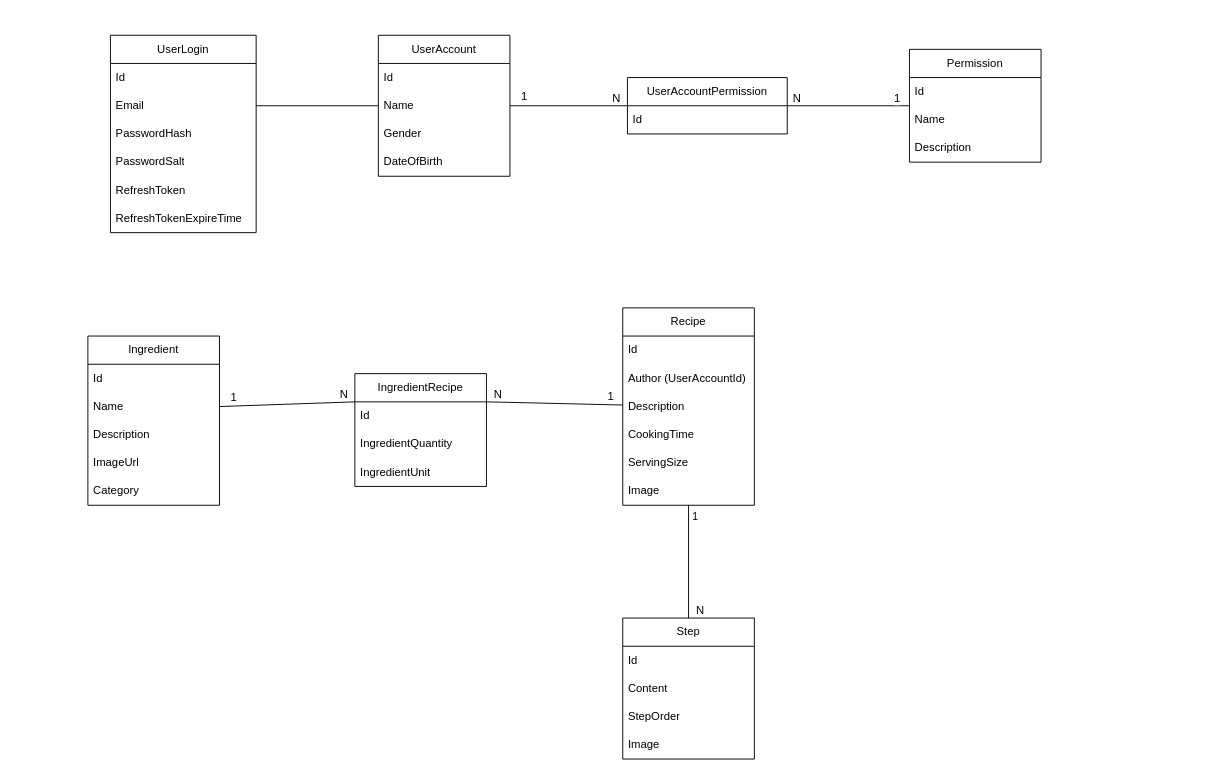
phihung17k/FridgeBE keeps this draw.io diagram as diagram.drawio. Above is the earlier version. Source tidied: cells renumbered, new cells numbered last; positions are measured from the earlier drawing's top-left corner, leaving out a move shared by most shapes. Both pictures are drawn from the tidied source at 94%, with x=0, y=0 at pixel (87, 35).
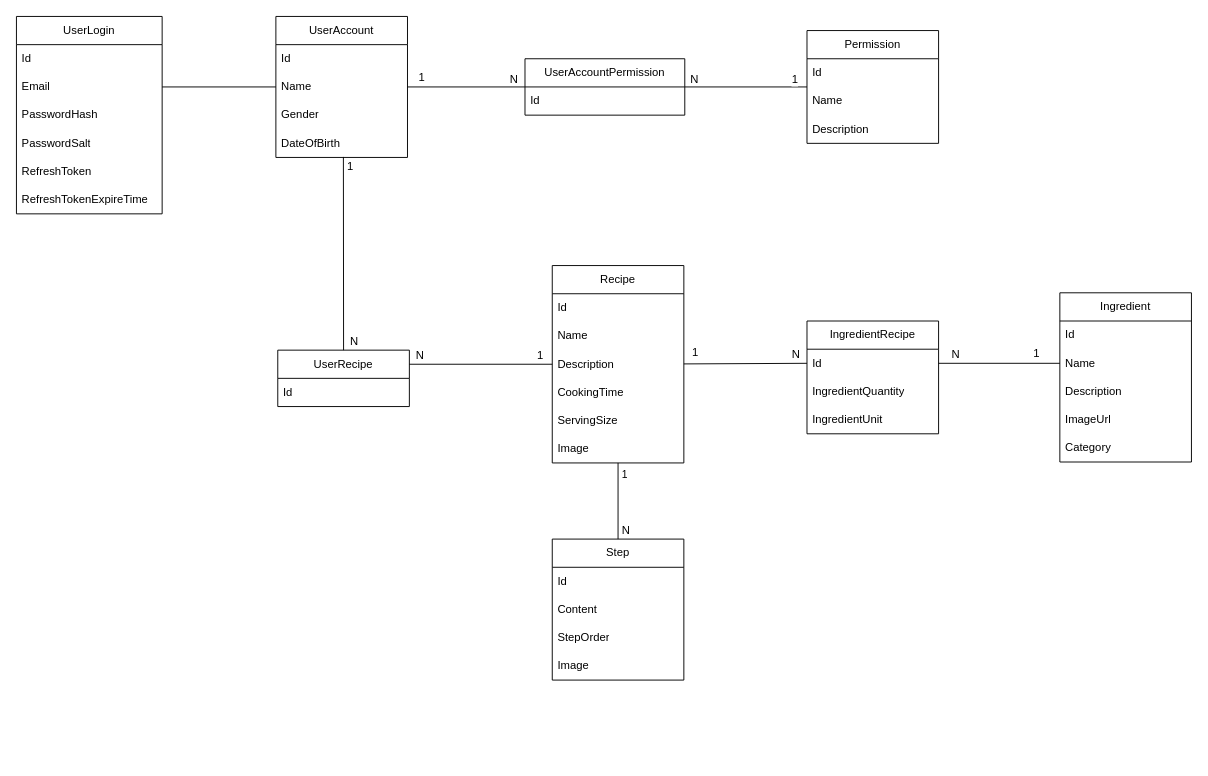
The same diagram, later.

The change refers to these unchanged cells:
```xml
<mxCell id="4" value="Name" style="text;strokeColor=none;fillColor=none;align=left;verticalAlign=middle;spacingLeft=4;spacingRight=4;overflow=hidden;points=[[0,0.5],[1,0.5]];portConstraint=eastwest;whiteSpace=wrap;html=1;" parent="2" vertex="1">
  <mxGeometry y="60" width="140" height="30" as="geometry" />
</mxCell>
<mxCell id="11" value="Description" style="text;strokeColor=none;fillColor=none;align=left;verticalAlign=middle;spacingLeft=4;spacingRight=4;overflow=hidden;points=[[0,0.5],[1,0.5]];portConstraint=eastwest;whiteSpace=wrap;html=1;" parent="8" vertex="1">
  <mxGeometry y="90" width="140" height="30" as="geometry" />
</mxCell>
<mxCell id="21" value="Id" style="text;strokeColor=none;fillColor=none;align=left;verticalAlign=middle;spacingLeft=4;spacingRight=4;overflow=hidden;points=[[0,0.5],[1,0.5]];portConstraint=eastwest;whiteSpace=wrap;html=1;" parent="20" vertex="1">
  <mxGeometry y="30" width="140" height="30" as="geometry" />
</mxCell>
<mxCell id="30" style="endArrow=none;html=1;rounded=0;entryX=0.5;entryY=0;entryDx=0;entryDy=0;" parent="1" edge="1" source="8" target="15">
  <mxGeometry relative="1" as="geometry" />
</mxCell>
<mxCell id="37" value="DateOfBirth" style="text;strokeColor=none;fillColor=none;align=left;verticalAlign=middle;spacingLeft=4;spacingRight=4;overflow=hidden;points=[[0,0.5],[1,0.5]];portConstraint=eastwest;whiteSpace=wrap;html=1;" parent="33" vertex="1">
  <mxGeometry y="120" width="140" height="30" as="geometry" />
</mxCell>
```

Change to the diagram source:
```diff
@@
     <mxCell id="2" value="Ingredient" style="swimlane;fontStyle=0;horizontal=1;startSize=30;whiteSpace=wrap;html=1;" parent="1" vertex="1">
-      <mxGeometry y="320" width="140" height="180" as="geometry" />
+      <mxGeometry x="1034" y="274" width="140" height="180" as="geometry" />
     </mxCell>
@@
     <mxCell id="8" value="Recipe" style="swimlane;fontStyle=0;horizontal=1;startSize=30;whiteSpace=wrap;html=1;" parent="1" vertex="1">
-      <mxGeometry x="569" y="290" width="140" height="210" as="geometry" />
+      <mxGeometry x="494" y="245" width="140" height="210" as="geometry" />
     </mxCell>
@@
-    <mxCell id="10" value="Author (UserAccountId&lt;span style=&quot;background-color: initial;&quot;&gt;)&lt;/span&gt;" style="text;strokeColor=none;fillColor=none;align=left;verticalAlign=middle;spacingLeft=4;spacingRight=4;overflow=hidden;whiteSpace=wrap;html=1;" parent="8" vertex="1">
-      <mxGeometry y="60" width="140" height="30" as="geometry" />
-    </mxCell>
+    <mxCell id="58" value="Name" style="text;strokeColor=none;fillColor=none;align=left;verticalAlign=middle;spacingLeft=4;spacingRight=4;overflow=hidden;whiteSpace=wrap;html=1;" parent="8" vertex="1">
+      <mxGeometry y="60" width="140" height="30" as="geometry" />
+    </mxCell>
@@
     <mxCell id="15" value="Step" style="swimlane;fontStyle=0;horizontal=1;startSize=30;whiteSpace=wrap;html=1;" parent="1" vertex="1">
-      <mxGeometry x="569" y="620" width="140" height="150" as="geometry" />
+      <mxGeometry x="494" y="536" width="140" height="150" as="geometry" />
     </mxCell>
@@
     <mxCell id="20" value="IngredientRecipe" style="swimlane;fontStyle=0;horizontal=1;startSize=30;whiteSpace=wrap;html=1;" parent="1" vertex="1">
-      <mxGeometry x="284" y="360" width="140" height="120" as="geometry" />
+      <mxGeometry x="765" y="304" width="140" height="120" as="geometry" />
     </mxCell>
@@
-    <mxCell id="24" style="endArrow=none;html=1;rounded=0;exitX=1;exitY=0.5;exitDx=0;exitDy=0;entryX=0;entryY=0.25;entryDx=0;entryDy=0;" parent="1" edge="1" source="4" target="20">
+    <mxCell id="24" style="endArrow=none;html=1;rounded=0;exitX=0;exitY=0.5;exitDx=0;exitDy=0;entryX=1;entryY=0.5;entryDx=0;entryDy=0;" parent="1" edge="1" source="4" target="21">
       <mxGeometry relative="1" as="geometry" />
     </mxCell>
     <mxCell id="25" value="N" style="html=1;whiteSpace=wrap;align=right;verticalAlign=bottom;" parent="24" vertex="1">
       <mxGeometry x="1" relative="1" as="geometry">
-        <mxPoint x="-6" as="offset" />
+        <mxPoint x="24" y="-1" as="offset" />
       </mxGeometry>
     </mxCell>
     <mxCell id="26" value="1" style="text;html=1;align=center;verticalAlign=middle;strokeColor=none;fillColor=none;" parent="1" vertex="1">
-      <mxGeometry x="140" y="371" width="30" height="30" as="geometry" />
+      <mxGeometry x="994" y="324" width="30" height="30" as="geometry" />
     </mxCell>
-    <mxCell id="27" style="endArrow=none;html=1;rounded=0;entryX=1;entryY=0.25;entryDx=0;entryDy=0;" parent="1" edge="1" source="8" target="20">
+    <mxCell id="27" style="endArrow=none;html=1;rounded=0;entryX=0;entryY=0.5;entryDx=0;entryDy=0;" parent="1" edge="1" source="8" target="21">
       <mxGeometry relative="1" as="geometry" />
     </mxCell>
     <mxCell id="28" value="N" style="html=1;whiteSpace=wrap;align=right;verticalAlign=bottom;" parent="27" vertex="1">
       <mxGeometry x="1" relative="1" as="geometry">
-        <mxPoint x="18" as="offset" />
+        <mxPoint x="-6" y="-1" as="offset" />
       </mxGeometry>
     </mxCell>
@@
     <mxCell id="31" value="N" style="html=1;whiteSpace=wrap;align=right;verticalAlign=bottom;" parent="30" vertex="1">
       <mxGeometry x="1" relative="1" as="geometry">
-        <mxPoint x="18" as="offset" />
+        <mxPoint x="14" y="-1" as="offset" />
       </mxGeometry>
     </mxCell>
     <mxCell id="32" value="1" style="edgeLabel;html=1;align=center;verticalAlign=middle;" parent="30" vertex="1">
       <mxGeometry x="-0.81" y="4" relative="1" as="geometry">
-        <mxPoint x="2" as="offset" />
+        <mxPoint x="2" y="3" as="offset" />
       </mxGeometry>
     </mxCell>
     <mxCell id="33" value="UserAccount" style="swimlane;fontStyle=0;horizontal=1;startSize=30;whiteSpace=wrap;html=1;" parent="1" vertex="1">
-      <mxGeometry x="309" width="140" height="150" as="geometry" />
+      <mxGeometry x="200" y="-20" width="140" height="150" as="geometry" />
     </mxCell>
@@
     <mxCell id="38" value="UserLogin" style="swimlane;fontStyle=0;horizontal=1;startSize=30;whiteSpace=wrap;html=1;" parent="1" vertex="1">
-      <mxGeometry x="24" width="155" height="210" as="geometry" />
+      <mxGeometry x="-76" y="-20" width="155" height="210" as="geometry" />
     </mxCell>
@@
     <mxCell id="45" value="Permission" style="swimlane;fontStyle=0;horizontal=1;startSize=30;whiteSpace=wrap;html=1;" parent="1" vertex="1">
-      <mxGeometry x="874" y="15" width="140" height="120" as="geometry" />
+      <mxGeometry x="765" y="-5" width="140" height="120" as="geometry" />
     </mxCell>
@@
     <mxCell id="49" value="UserAccountPermission" style="swimlane;fontStyle=0;horizontal=1;startSize=30;whiteSpace=wrap;html=1;" parent="1" vertex="1">
-      <mxGeometry x="574" y="45" width="170" height="60" as="geometry" />
+      <mxGeometry x="465" y="25" width="170" height="60" as="geometry" />
     </mxCell>
@@
+    <mxCell id="59" value="UserRecipe" style="swimlane;fontStyle=0;horizontal=1;startSize=30;whiteSpace=wrap;html=1;" parent="1" vertex="1">
+      <mxGeometry x="202" y="335" width="140" height="60" as="geometry" />
+    </mxCell>
+    <mxCell id="60" value="Id" style="text;strokeColor=none;fillColor=none;align=left;verticalAlign=middle;spacingLeft=4;spacingRight=4;overflow=hidden;whiteSpace=wrap;html=1;" parent="59" vertex="1">
+      <mxGeometry y="30" width="140" height="30" as="geometry" />
+    </mxCell>
+    <mxCell id="61" style="endArrow=none;html=1;rounded=0;entryX=1;entryY=0.25;entryDx=0;entryDy=0;exitX=0;exitY=0.5;exitDx=0;exitDy=0;" parent="1" edge="1" source="11" target="59">
+      <mxGeometry relative="1" as="geometry" />
+    </mxCell>
+    <mxCell id="62" value="N" style="html=1;whiteSpace=wrap;align=right;verticalAlign=bottom;" parent="61" vertex="1">
+      <mxGeometry x="1" relative="1" as="geometry">
+        <mxPoint x="17" y="-1" as="offset" />
+      </mxGeometry>
+    </mxCell>
+    <mxCell id="63" value="1" style="edgeLabel;html=1;align=center;verticalAlign=middle;fontSize=12;" parent="61" vertex="1">
+      <mxGeometry x="-0.82" y="1" relative="1" as="geometry">
+        <mxPoint y="-11" as="offset" />
+      </mxGeometry>
+    </mxCell>
+    <mxCell id="64" style="endArrow=none;html=1;rounded=0;entryX=0.5;entryY=0;entryDx=0;entryDy=0;exitX=0.513;exitY=0.982;exitDx=0;exitDy=0;exitPerimeter=0;" parent="1" edge="1" source="37" target="59">
+      <mxGeometry relative="1" as="geometry" />
+    </mxCell>
+    <mxCell id="65" value="N" style="html=1;whiteSpace=wrap;align=right;verticalAlign=bottom;" parent="64" vertex="1">
+      <mxGeometry x="1" relative="1" as="geometry">
+        <mxPoint x="17" y="-1" as="offset" />
+      </mxGeometry>
+    </mxCell>
+    <mxCell id="66" value="1" style="edgeLabel;html=1;align=center;verticalAlign=middle;fontSize=12;" parent="64" vertex="1">
+      <mxGeometry x="-0.82" y="1" relative="1" as="geometry">
+        <mxPoint x="6" y="-8" as="offset" />
+      </mxGeometry>
+    </mxCell>
```
